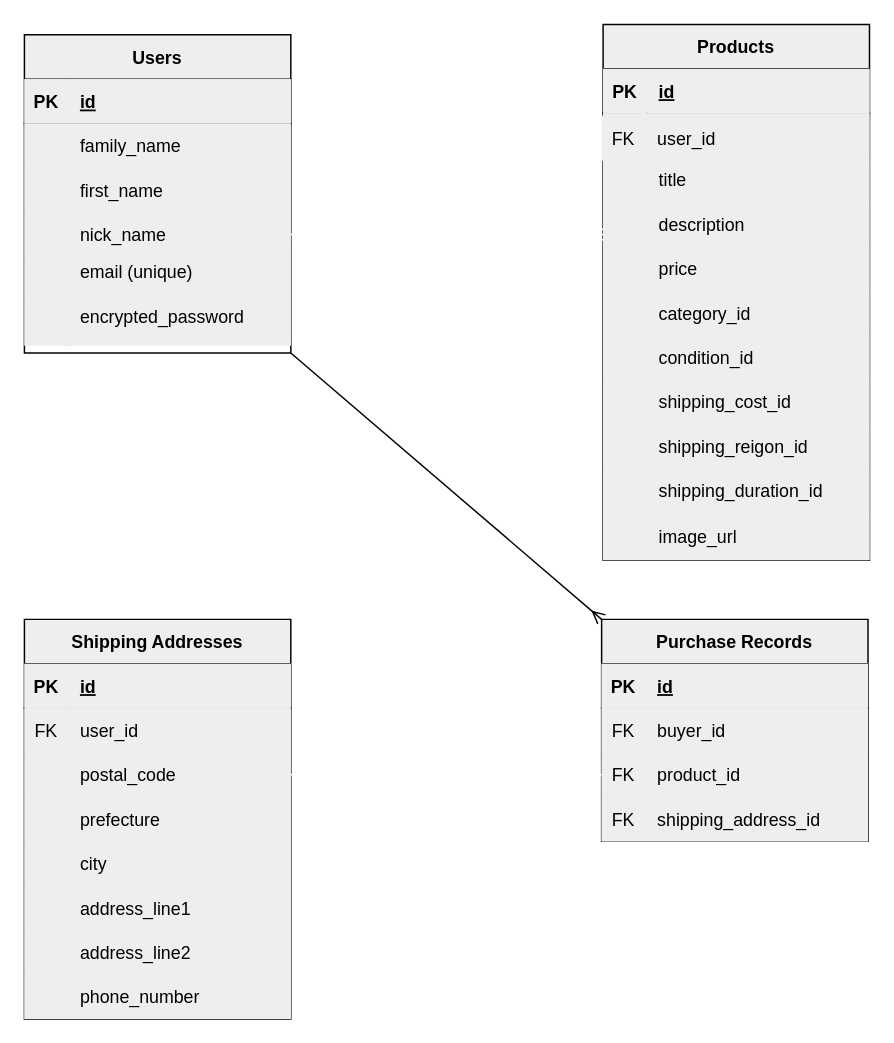
Before: ER図.dio in swanmask353/furima-40464, a draw.io diagram. Source tidied: cells renumbered, new cells numbered last; positions are measured from the earlier drawing's top-left corner, leaving out a move shared by most shapes. Both pictures are drawn from the tidied source at 148%, with x=0, y=0 at pixel (-65, 24).
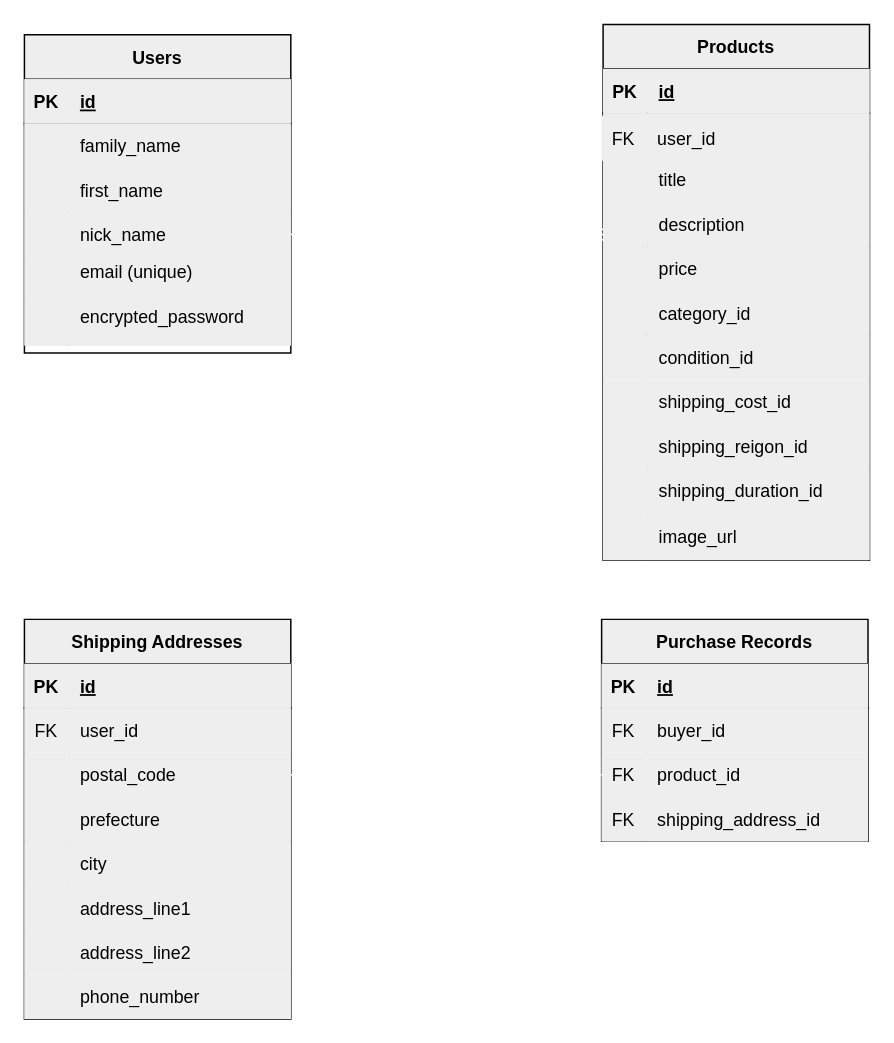
The same page after the edit.

The change refers to these unchanged cells:
```xml
<mxCell id="85" value="Purchase Records" style="shape=table;startSize=30;childLayout=tableLayout;rowLines=0;fontStyle=1;align=center;strokeColor=#030303;fillColor=#eeeeee;fontColor=#000000;" parent="1" vertex="1">
  <mxGeometry x="450" y="402" width="180" height="150" as="geometry" />
</mxCell>
```

The edit, as a diff of the source:
```diff
@@
-    <mxCell id="2" style="edgeStyle=none;html=1;entryX=0;entryY=0;entryDx=0;entryDy=0;startArrow=none;startFill=0;endArrow=ERmany;endFill=0;" parent="1" edge="1" target="85">
+    <mxCell id="2" style="edgeStyle=none;html=1;entryX=0;entryY=0;entryDx=0;entryDy=0;startArrow=none;startFill=0;endArrow=ERmany;endFill=0;strokeColor=#FFFFFF;" parent="1" edge="1" target="85">
       <mxGeometry relative="1" as="geometry">
         <mxPoint x="240" y="222" as="sourcePoint" />
       </mxGeometry>
     </mxCell>
```
